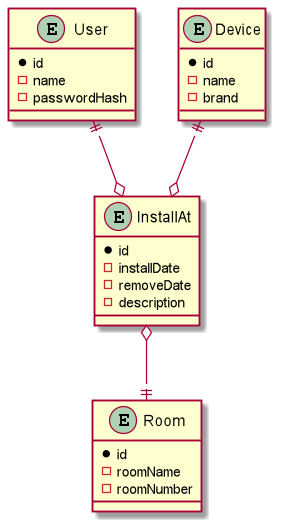
Before: asciidoctor-docker-template-master/images/erd.png, a diagram exported from PlantUML (htl-leonding-project/5ahif-syp-chromecast-manager). Source of this version:
```plantuml
@startuml
entity User {
   * id
   - name
   - passwordHash
}

entity Device{
   * id
   - name
   - brand
}

entity InstallAt {
   * id
   - installDate
   - removeDate
   -  description
}

entity Room{
    * id
    - roomName
    - roomNumber
}

User ||--o InstallAt
Device ||--o InstallAt
InstallAt o--|| Room

@enduml
```
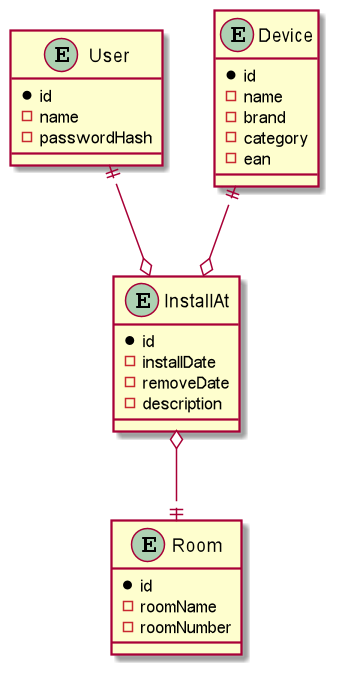
Above is the later version.

Diff of the diagram source:
```diff
@@ -3,19 +3,23 @@
    * id
    - name
    - passwordHash
+
 }
 
 entity Device{
    * id
    - name
    - brand
+   - category
+   - ean
 }
 
 entity InstallAt {
    * id
    - installDate
    - removeDate
-   -  description
+   - description
+
 }
 
 entity Room{
```
